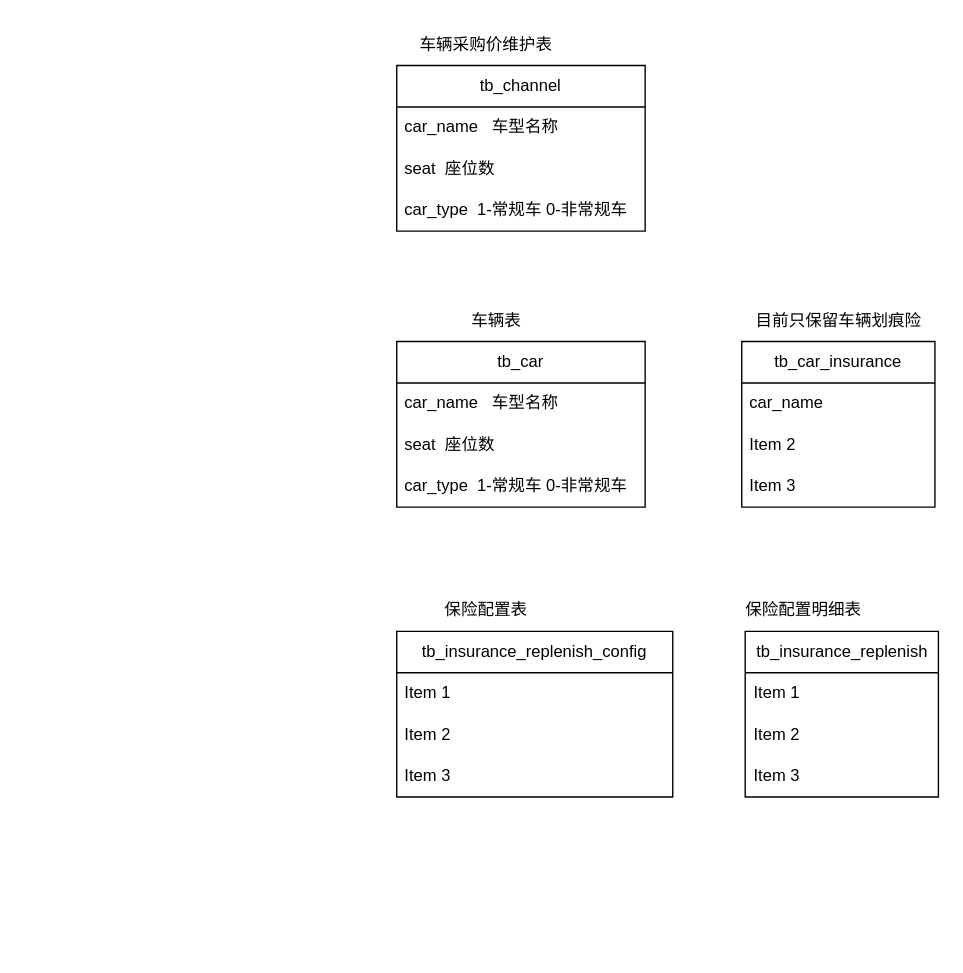
This is 车辆相关表关联关系说明.drawio from ammengke/my-drawio, a draw.io file, before an edit. Source tidied: cells renumbered, new cells numbered last; positions are measured from the earlier drawing's top-left corner, leaving out a move shared by most shapes. Both pictures are drawn from the tidied source at 138%, with x=0, y=0 at pixel (396, 23).
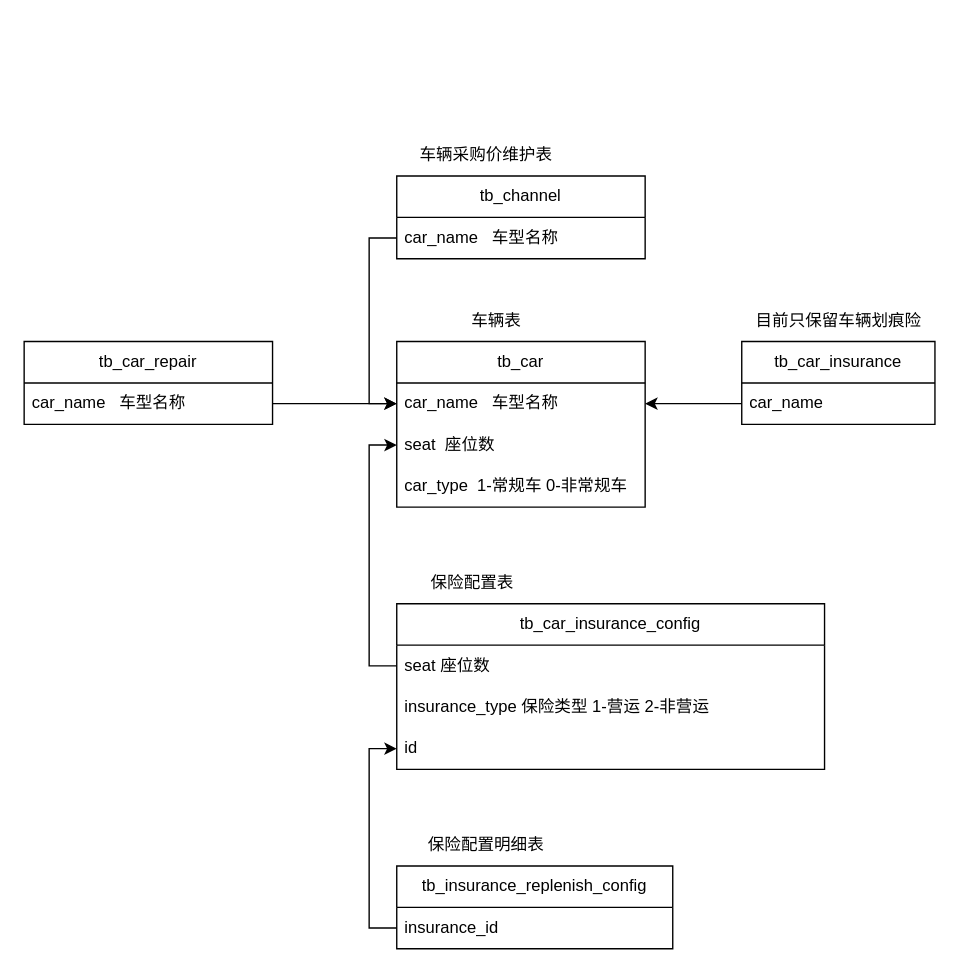
After the change.

Commit message (it also covers changes not shown here):
更新车辆相关表关联关系说明.drawio

Unchanged cells that the change refers to:
```xml
<mxCell id="3" value="car_name&amp;nbsp; &amp;nbsp;车型名称" style="text;strokeColor=none;fillColor=none;align=left;verticalAlign=middle;spacingLeft=4;spacingRight=4;overflow=hidden;points=[[0,0.5],[1,0.5]];portConstraint=eastwest;whiteSpace=wrap;html=1;" parent="2" vertex="1">
  <mxGeometry y="30" width="180" height="30" as="geometry" />
</mxCell>
<mxCell id="4" value="seat&amp;nbsp; 座位数" style="text;strokeColor=none;fillColor=none;align=left;verticalAlign=middle;spacingLeft=4;spacingRight=4;overflow=hidden;points=[[0,0.5],[1,0.5]];portConstraint=eastwest;whiteSpace=wrap;html=1;" parent="2" vertex="1">
  <mxGeometry y="60" width="180" height="30" as="geometry" />
</mxCell>
<mxCell id="7" value="car_name" style="text;strokeColor=none;fillColor=none;align=left;verticalAlign=middle;spacingLeft=4;spacingRight=4;overflow=hidden;points=[[0,0.5],[1,0.5]];portConstraint=eastwest;whiteSpace=wrap;html=1;" parent="6" vertex="1">
  <mxGeometry y="30" width="140" height="30" as="geometry" />
</mxCell>
<mxCell id="21" value="car_name&amp;nbsp; &amp;nbsp;车型名称" style="text;strokeColor=none;fillColor=none;align=left;verticalAlign=middle;spacingLeft=4;spacingRight=4;overflow=hidden;points=[[0,0.5],[1,0.5]];portConstraint=eastwest;whiteSpace=wrap;html=1;" parent="20" vertex="1">
  <mxGeometry y="30" width="180" height="30" as="geometry" />
</mxCell>
```

What changed in the source:
```diff
@@
     <mxCell id="6" value="tb_car_insurance" style="swimlane;fontStyle=0;horizontal=1;startSize=30;whiteSpace=wrap;html=1;" parent="1" vertex="1">
-      <mxGeometry x="250" y="230" width="140" height="120" as="geometry" />
+      <mxGeometry x="250" y="230" width="140" height="60" as="geometry" />
     </mxCell>
@@
-    <mxCell id="8" value="Item 2" style="text;strokeColor=none;fillColor=none;align=left;verticalAlign=middle;spacingLeft=4;spacingRight=4;overflow=hidden;whiteSpace=wrap;html=1;" parent="6" vertex="1">
-      <mxGeometry y="60" width="140" height="30" as="geometry" />
-    </mxCell>
-    <mxCell id="9" value="Item 3" style="text;strokeColor=none;fillColor=none;align=left;verticalAlign=middle;spacingLeft=4;spacingRight=4;overflow=hidden;whiteSpace=wrap;html=1;" parent="6" vertex="1">
-      <mxGeometry y="90" width="140" height="30" as="geometry" />
-    </mxCell>
@@
-    <mxCell id="12" value="tb_insurance_replenish" style="swimlane;fontStyle=0;horizontal=1;startSize=30;whiteSpace=wrap;html=1;" parent="1" vertex="1">
-      <mxGeometry x="252.5" y="440" width="140" height="120" as="geometry" />
-    </mxCell>
-    <mxCell id="13" value="Item 1" style="text;strokeColor=none;fillColor=none;align=left;verticalAlign=middle;spacingLeft=4;spacingRight=4;overflow=hidden;whiteSpace=wrap;html=1;" parent="12" vertex="1">
-      <mxGeometry y="30" width="140" height="30" as="geometry" />
-    </mxCell>
-    <mxCell id="14" value="Item 2" style="text;strokeColor=none;fillColor=none;align=left;verticalAlign=middle;spacingLeft=4;spacingRight=4;overflow=hidden;whiteSpace=wrap;html=1;" parent="12" vertex="1">
-      <mxGeometry y="60" width="140" height="30" as="geometry" />
-    </mxCell>
-    <mxCell id="15" value="Item 3" style="text;strokeColor=none;fillColor=none;align=left;verticalAlign=middle;spacingLeft=4;spacingRight=4;overflow=hidden;whiteSpace=wrap;html=1;" parent="12" vertex="1">
-      <mxGeometry y="90" width="140" height="30" as="geometry" />
-    </mxCell>
     <mxCell id="16" value="tb_insurance_replenish_config" style="swimlane;fontStyle=0;horizontal=1;startSize=30;whiteSpace=wrap;html=1;" parent="1" vertex="1">
-      <mxGeometry y="440" width="200" height="120" as="geometry" />
+      <mxGeometry y="610" width="200" height="60" as="geometry" />
     </mxCell>
-    <mxCell id="17" value="Item 1" style="text;strokeColor=none;fillColor=none;align=left;verticalAlign=middle;spacingLeft=4;spacingRight=4;overflow=hidden;points=[[0,0.5],[1,0.5]];portConstraint=eastwest;whiteSpace=wrap;html=1;" parent="16" vertex="1">
+    <mxCell id="17" value="insurance_id" style="text;strokeColor=none;fillColor=none;align=left;verticalAlign=middle;spacingLeft=4;spacingRight=4;overflow=hidden;points=[[0,0.5],[1,0.5]];portConstraint=eastwest;whiteSpace=wrap;html=1;" parent="16" vertex="1">
       <mxGeometry y="30" width="200" height="30" as="geometry" />
     </mxCell>
-    <mxCell id="18" value="Item 2" style="text;strokeColor=none;fillColor=none;align=left;verticalAlign=middle;spacingLeft=4;spacingRight=4;overflow=hidden;whiteSpace=wrap;html=1;" parent="16" vertex="1">
-      <mxGeometry y="60" width="200" height="30" as="geometry" />
-    </mxCell>
-    <mxCell id="19" value="Item 3" style="text;strokeColor=none;fillColor=none;align=left;verticalAlign=middle;spacingLeft=4;spacingRight=4;overflow=hidden;whiteSpace=wrap;html=1;" parent="16" vertex="1">
-      <mxGeometry y="90" width="200" height="30" as="geometry" />
-    </mxCell>
     <mxCell id="20" value="tb_channel" style="swimlane;fontStyle=0;horizontal=1;startSize=30;whiteSpace=wrap;html=1;" parent="1" vertex="1">
-      <mxGeometry y="30" width="180" height="120" as="geometry" />
+      <mxGeometry y="110" width="180" height="60" as="geometry" />
     </mxCell>
@@
-    <mxCell id="22" value="seat&amp;nbsp; 座位数" style="text;strokeColor=none;fillColor=none;align=left;verticalAlign=middle;spacingLeft=4;spacingRight=4;overflow=hidden;points=[[0,0.5],[1,0.5]];portConstraint=eastwest;whiteSpace=wrap;html=1;" parent="20" vertex="1">
-      <mxGeometry y="60" width="180" height="30" as="geometry" />
-    </mxCell>
-    <mxCell id="23" value="car_type&amp;nbsp; 1-常规车 0-非常规车" style="text;strokeColor=none;fillColor=none;align=left;verticalAlign=middle;spacingLeft=4;spacingRight=4;overflow=hidden;whiteSpace=wrap;html=1;" parent="20" vertex="1">
-      <mxGeometry y="90" width="180" height="30" as="geometry" />
-    </mxCell>
     <mxCell id="24" value="车辆采购价维护表" style="text;html=1;align=center;verticalAlign=middle;whiteSpace=wrap;rounded=0;" parent="1" vertex="1">
-      <mxGeometry width="130" height="30" as="geometry" />
+      <mxGeometry y="80" width="130" height="30" as="geometry" />
     </mxCell>
-    <mxCell id="25" value="保险配置表" style="text;html=1;align=center;verticalAlign=middle;whiteSpace=wrap;rounded=0;" parent="1" vertex="1">
-      <mxGeometry x="10" y="410" width="110" height="30" as="geometry" />
+    <mxCell id="25" value="保险配置明细表" style="text;html=1;align=center;verticalAlign=middle;whiteSpace=wrap;rounded=0;" parent="1" vertex="1">
+      <mxGeometry x="10" y="580" width="110" height="30" as="geometry" />
     </mxCell>
-    <mxCell id="26" value="保险配置明细表" style="text;html=1;align=center;verticalAlign=middle;whiteSpace=wrap;rounded=0;" parent="1" vertex="1">
-      <mxGeometry x="240" y="410" width="110" height="30" as="geometry" />
-    </mxCell>
+    <mxCell id="27" value="tb_car_repair" style="swimlane;fontStyle=0;horizontal=1;startSize=30;whiteSpace=wrap;html=1;" parent="1" vertex="1">
+      <mxGeometry x="-270" y="230" width="180" height="60" as="geometry" />
+    </mxCell>
+    <mxCell id="28" value="car_name&amp;nbsp; &amp;nbsp;车型名称" style="text;strokeColor=none;fillColor=none;align=left;verticalAlign=middle;spacingLeft=4;spacingRight=4;overflow=hidden;points=[[0,0.5],[1,0.5]];portConstraint=eastwest;whiteSpace=wrap;html=1;" parent="27" vertex="1">
+      <mxGeometry y="30" width="180" height="30" as="geometry" />
+    </mxCell>
+    <mxCell id="29" style="edgeStyle=orthogonalEdgeStyle;rounded=0;jettySize=auto;html=1;" parent="1" edge="1" source="28" target="3">
+      <mxGeometry relative="1" as="geometry" />
+    </mxCell>
+    <mxCell id="30" style="edgeStyle=orthogonalEdgeStyle;rounded=0;jettySize=auto;html=1;" parent="1" edge="1" source="7" target="3">
+      <mxGeometry relative="1" as="geometry" />
+    </mxCell>
+    <mxCell id="31" value="tb_car_insurance_config" style="swimlane;fontStyle=0;horizontal=1;startSize=30;whiteSpace=wrap;html=1;" parent="1" vertex="1">
+      <mxGeometry y="420" width="310" height="120" as="geometry" />
+    </mxCell>
+    <mxCell id="22" value="seat 座位数" style="text;strokeColor=none;fillColor=none;align=left;verticalAlign=middle;spacingLeft=4;spacingRight=4;overflow=hidden;points=[[0,0.5],[1,0.5]];portConstraint=eastwest;whiteSpace=wrap;html=1;" parent="31" vertex="1">
+      <mxGeometry y="30" width="310" height="30" as="geometry" />
+    </mxCell>
+    <mxCell id="32" value="insurance_type&amp;nbsp;保险类型 1-营运 2-非营运" style="text;strokeColor=none;fillColor=none;align=left;verticalAlign=middle;spacingLeft=4;spacingRight=4;overflow=hidden;whiteSpace=wrap;html=1;" parent="31" vertex="1">
+      <mxGeometry y="60" width="310" height="30" as="geometry" />
+    </mxCell>
+    <mxCell id="33" value="id" style="text;strokeColor=none;fillColor=none;align=left;verticalAlign=middle;spacingLeft=4;spacingRight=4;overflow=hidden;points=[[0,0.5],[1,0.5]];portConstraint=eastwest;whiteSpace=wrap;html=1;" parent="31" vertex="1">
+      <mxGeometry y="90" width="310" height="30" as="geometry" />
+    </mxCell>
+    <mxCell id="34" style="edgeStyle=orthogonalEdgeStyle;rounded=0;jettySize=auto;html=1;entryX=0;entryY=0.5;entryDx=0;entryDy=0;" parent="1" edge="1" source="22" target="4">
+      <mxGeometry relative="1" as="geometry" />
+    </mxCell>
+    <mxCell id="35" value="保险配置表" style="text;html=1;align=center;verticalAlign=middle;whiteSpace=wrap;rounded=0;" parent="1" vertex="1">
+      <mxGeometry y="390" width="110" height="30" as="geometry" />
+    </mxCell>
+    <mxCell id="36" style="edgeStyle=orthogonalEdgeStyle;rounded=0;jettySize=auto;html=1;entryX=0;entryY=0.5;entryDx=0;entryDy=0;" parent="1" edge="1" source="17" target="33">
+      <mxGeometry relative="1" as="geometry">
+        <Array as="points">
+          <mxPoint x="-20" y="655" />
+          <mxPoint x="-20" y="525" />
+        </Array>
+      </mxGeometry>
+    </mxCell>
+    <mxCell id="37" style="edgeStyle=orthogonalEdgeStyle;rounded=0;jettySize=auto;html=1;entryX=0;entryY=0.5;entryDx=0;entryDy=0;" parent="1" edge="1" source="21" target="3">
+      <mxGeometry relative="1" as="geometry" />
+    </mxCell>
```
